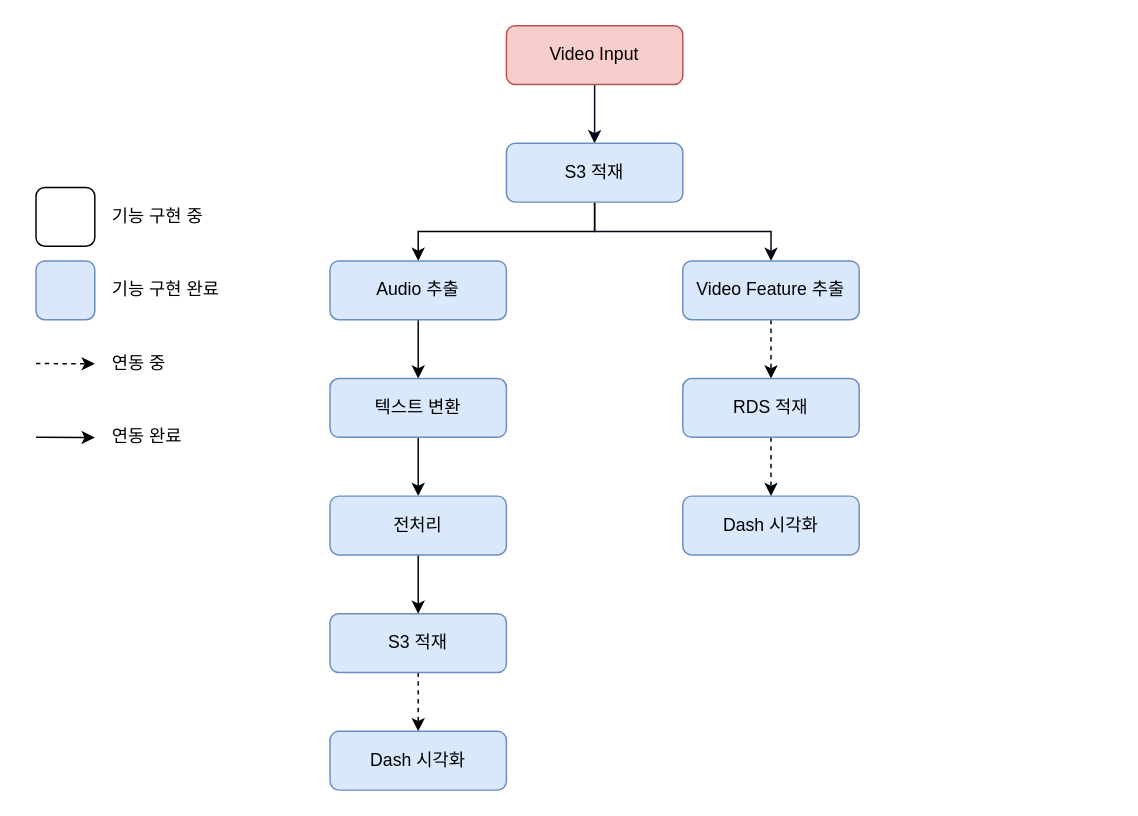
lhshs/Genia keeps this draw.io diagram as Final_pjt2/Process_Pipeline.drawio. Above is the earlier version. Source tidied: cells renumbered, new cells numbered last; positions are measured from the earlier drawing's top-left corner, leaving out a move shared by most shapes. Both pictures are drawn from the tidied source at 147%, with x=0, y=0 at pixel (35, 25).
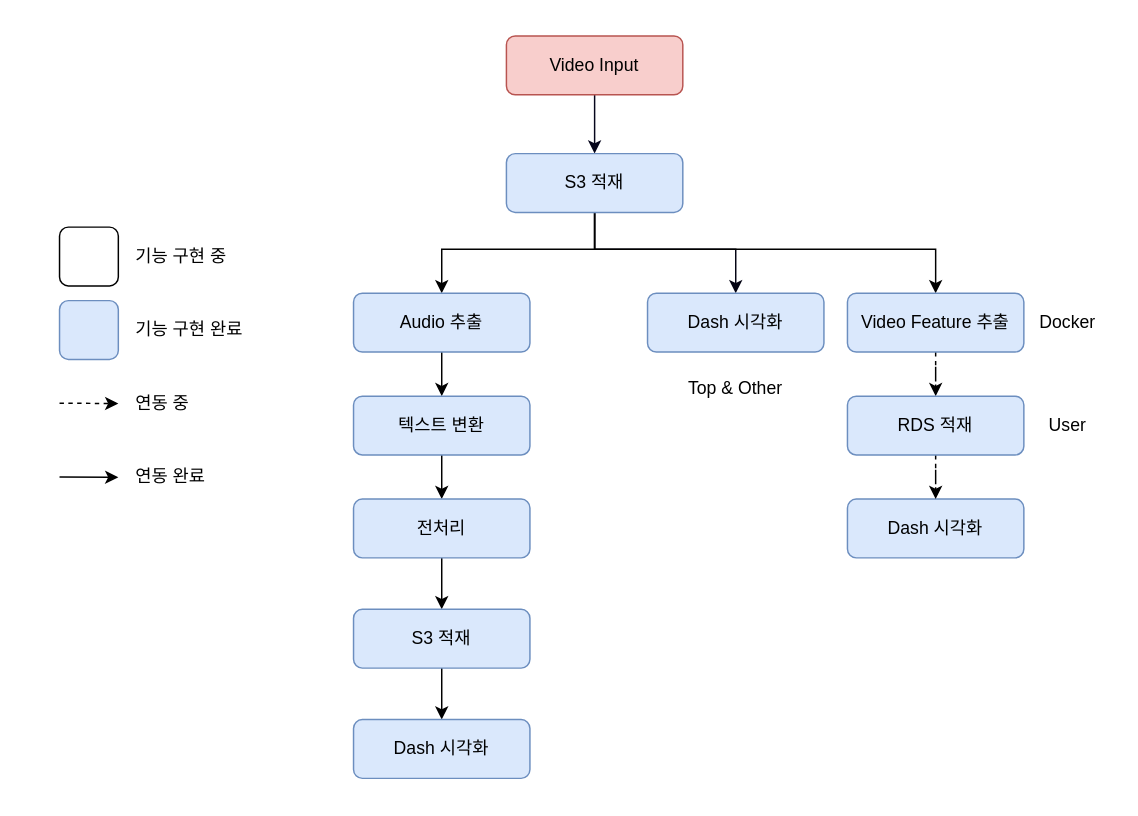
Above is the later version.

What changed in the source:
```diff
@@
     <mxCell id="3" value="Video Input" style="rounded=1;whiteSpace=wrap;html=1;fillColor=#f8cecc;strokeColor=#b85450;" parent="1" vertex="1">
-      <mxGeometry x="320" width="120" height="40" as="geometry" />
+      <mxGeometry x="320" y="7" width="120" height="40" as="geometry" />
     </mxCell>
     <mxCell id="4" style="edgeStyle=orthogonalEdgeStyle;rounded=0;jettySize=auto;html=1;exitX=0.5;exitY=1;exitDx=0;exitDy=0;" parent="1" edge="1" source="6" target="8">
-      <mxGeometry relative="1" as="geometry" />
+      <mxGeometry relative="1" as="geometry">
+        <Array as="points">
+          <mxPoint x="380" y="152" />
+          <mxPoint x="276" y="152" />
+        </Array>
+      </mxGeometry>
     </mxCell>
-    <mxCell id="5" style="edgeStyle=orthogonalEdgeStyle;rounded=0;jettySize=auto;html=1;exitX=0.5;exitY=1;exitDx=0;exitDy=0;strokeColor=#040414;" parent="1" edge="1" source="6" target="10">
-      <mxGeometry relative="1" as="geometry" />
+    <mxCell id="5" style="edgeStyle=orthogonalEdgeStyle;rounded=0;jettySize=auto;html=1;exitX=0.5;exitY=1;exitDx=0;exitDy=0;strokeColor=#040414;" parent="1" edge="1" source="6">
+      <mxGeometry relative="1" as="geometry">
+        <mxPoint x="476" y="182" as="targetPoint" />
+        <Array as="points">
+          <mxPoint x="380" y="152" />
+          <mxPoint x="476" y="152" />
+        </Array>
+      </mxGeometry>
     </mxCell>
+    <mxCell id="31" style="edgeStyle=orthogonalEdgeStyle;rounded=0;jettySize=auto;html=1;entryX=0.5;entryY=0;entryDx=0;entryDy=0;" parent="1" edge="1" source="6" target="10">
+      <mxGeometry relative="1" as="geometry">
+        <Array as="points">
+          <mxPoint x="380" y="152" />
+          <mxPoint x="612" y="152" />
+        </Array>
+      </mxGeometry>
+    </mxCell>
     <mxCell id="6" value="S3 적재" style="rounded=1;whiteSpace=wrap;html=1;fillColor=#dae8fc;strokeColor=#6c8ebf;" parent="1" vertex="1">
-      <mxGeometry x="320" y="80" width="120" height="40" as="geometry" />
+      <mxGeometry x="320" y="87" width="120" height="40" as="geometry" />
     </mxCell>
@@
     <mxCell id="8" value="Audio 추출" style="rounded=1;whiteSpace=wrap;html=1;fillColor=#dae8fc;strokeColor=#6c8ebf;" parent="1" vertex="1">
-      <mxGeometry x="200" y="160" width="120" height="40" as="geometry" />
+      <mxGeometry x="216" y="182" width="120" height="40" as="geometry" />
     </mxCell>
-    <mxCell id="9" style="edgeStyle=orthogonalEdgeStyle;rounded=0;jettySize=auto;html=1;entryX=0.5;entryY=0;entryDx=0;entryDy=0;dashed=1;" parent="1" edge="1" source="10" target="17">
-      <mxGeometry relative="1" as="geometry" />
-    </mxCell>
-    <mxCell id="10" value="Video Feature 추출" style="rounded=1;whiteSpace=wrap;html=1;fillColor=#dae8fc;strokeColor=#6c8ebf;" parent="1" vertex="1">
-      <mxGeometry x="440" y="160" width="120" height="40" as="geometry" />
-    </mxCell>
@@
     <mxCell id="12" value="텍스트 변환" style="rounded=1;whiteSpace=wrap;html=1;strokeColor=#6c8ebf;fillColor=#dae8fc;" parent="1" vertex="1">
-      <mxGeometry x="200" y="240" width="120" height="40" as="geometry" />
+      <mxGeometry x="216" y="252" width="120" height="40" as="geometry" />
     </mxCell>
@@
     <mxCell id="14" value="전처리" style="rounded=1;whiteSpace=wrap;html=1;fillColor=#dae8fc;strokeColor=#6c8ebf;" parent="1" vertex="1">
-      <mxGeometry x="200" y="320" width="120" height="40" as="geometry" />
+      <mxGeometry x="216" y="322" width="120" height="40" as="geometry" />
     </mxCell>
     <mxCell id="15" value="Dash 시각화" style="rounded=1;whiteSpace=wrap;html=1;fillColor=#dae8fc;strokeColor=#6c8ebf;" parent="1" vertex="1">
-      <mxGeometry x="440" y="320" width="120" height="40" as="geometry" />
+      <mxGeometry x="416" y="182" width="120" height="40" as="geometry" />
     </mxCell>
-    <mxCell id="16" style="edgeStyle=orthogonalEdgeStyle;rounded=0;jettySize=auto;html=1;entryX=0.5;entryY=0;entryDx=0;entryDy=0;dashed=1;" parent="1" edge="1" source="17" target="15">
-      <mxGeometry relative="1" as="geometry" />
-    </mxCell>
-    <mxCell id="17" value="RDS 적재" style="rounded=1;whiteSpace=wrap;html=1;fillColor=#dae8fc;strokeColor=#6c8ebf;" parent="1" vertex="1">
-      <mxGeometry x="440" y="240" width="120" height="40" as="geometry" />
-    </mxCell>
@@
-    <mxCell id="20" style="edgeStyle=orthogonalEdgeStyle;rounded=0;jettySize=auto;html=1;exitX=0.5;exitY=1;exitDx=0;exitDy=0;entryX=0.5;entryY=0;entryDx=0;entryDy=0;dashed=1;" parent="1" edge="1" source="21" target="22">
+    <mxCell id="20" style="edgeStyle=orthogonalEdgeStyle;rounded=0;jettySize=auto;html=1;exitX=0.5;exitY=1;exitDx=0;exitDy=0;entryX=0.5;entryY=0;entryDx=0;entryDy=0;" parent="1" edge="1" source="21" target="22">
       <mxGeometry relative="1" as="geometry" />
     </mxCell>
     <mxCell id="21" value="S3 적재" style="rounded=1;whiteSpace=wrap;html=1;fillColor=#dae8fc;strokeColor=#6c8ebf;" parent="1" vertex="1">
-      <mxGeometry x="200" y="400" width="120" height="40" as="geometry" />
+      <mxGeometry x="216" y="397" width="120" height="40" as="geometry" />
     </mxCell>
     <mxCell id="22" value="Dash 시각화" style="rounded=1;whiteSpace=wrap;html=1;fillColor=#dae8fc;strokeColor=#6c8ebf;" parent="1" vertex="1">
-      <mxGeometry x="200" y="480" width="120" height="40" as="geometry" />
+      <mxGeometry x="216" y="472" width="120" height="40" as="geometry" />
     </mxCell>
     <mxCell id="23" style="rounded=1;whiteSpace=wrap;html=1;fillColor=#dae8fc;strokeColor=#6c8ebf;" parent="1" vertex="1">
-      <mxGeometry y="160" width="40" height="40" as="geometry" />
+      <mxGeometry x="16" y="187" width="40" height="40" as="geometry" />
     </mxCell>
     <mxCell id="24" style="rounded=1;whiteSpace=wrap;html=1;" parent="1" vertex="1">
-      <mxGeometry y="110" width="40" height="40" as="geometry" />
+      <mxGeometry x="16" y="137" width="40" height="40" as="geometry" />
     </mxCell>
     <mxCell id="25" value="기능 구현 중" style="text;html=1;strokeColor=none;fillColor=none;align=left;verticalAlign=middle;whiteSpace=wrap;rounded=0;" parent="1" vertex="1">
-      <mxGeometry x="50" y="115" width="80" height="30" as="geometry" />
+      <mxGeometry x="66" y="142" width="80" height="30" as="geometry" />
     </mxCell>
     <mxCell id="26" value="기능 구현 완료" style="text;html=1;strokeColor=none;fillColor=none;align=left;verticalAlign=middle;whiteSpace=wrap;rounded=0;" parent="1" vertex="1">
-      <mxGeometry x="50" y="165" width="90" height="30" as="geometry" />
+      <mxGeometry x="66" y="192" width="90" height="30" as="geometry" />
     </mxCell>
     <mxCell id="27" value="연동 중" style="text;html=1;strokeColor=none;fillColor=none;align=left;verticalAlign=middle;whiteSpace=wrap;rounded=0;" parent="1" vertex="1">
-      <mxGeometry x="50" y="215" width="60" height="30" as="geometry" />
+      <mxGeometry x="66" y="242" width="60" height="30" as="geometry" />
     </mxCell>
     <mxCell id="28" value="연동 완료" style="text;html=1;strokeColor=none;fillColor=none;align=left;verticalAlign=middle;whiteSpace=wrap;rounded=0;" parent="1" vertex="1">
-      <mxGeometry x="50" y="265" width="75" height="30" as="geometry" />
+      <mxGeometry x="66" y="292" width="75" height="30" as="geometry" />
     </mxCell>
     <mxCell id="29" style="endArrow=classic;html=1;rounded=0;" parent="1" edge="1">
       <mxGeometry relative="1" as="geometry">
-        <mxPoint y="280" as="sourcePoint" />
-        <mxPoint x="40" y="280.2" as="targetPoint" />
+        <mxPoint x="16" y="307" as="sourcePoint" />
+        <mxPoint x="56" y="307.2" as="targetPoint" />
       </mxGeometry>
     </mxCell>
     <mxCell id="30" style="endArrow=classic;html=1;rounded=0;dashed=1;" parent="1" edge="1">
       <mxGeometry relative="1" as="geometry">
-        <mxPoint y="229.8" as="sourcePoint" />
-        <mxPoint x="40" y="230" as="targetPoint" />
+        <mxPoint x="16" y="256.8" as="sourcePoint" />
+        <mxPoint x="56" y="257" as="targetPoint" />
       </mxGeometry>
     </mxCell>
+    <mxCell id="9" style="edgeStyle=orthogonalEdgeStyle;rounded=0;jettySize=auto;html=1;entryX=0.5;entryY=0;entryDx=0;entryDy=0;dashed=1;" parent="1" edge="1" source="10" target="17">
+      <mxGeometry relative="1" as="geometry" />
+    </mxCell>
+    <mxCell id="10" value="Video Feature 추출" style="rounded=1;whiteSpace=wrap;html=1;fillColor=#dae8fc;strokeColor=#6c8ebf;" parent="1" vertex="1">
+      <mxGeometry x="552" y="182" width="120" height="40" as="geometry" />
+    </mxCell>
+    <mxCell id="32" value="Dash 시각화" style="rounded=1;whiteSpace=wrap;html=1;fillColor=#dae8fc;strokeColor=#6c8ebf;" parent="1" vertex="1">
+      <mxGeometry x="552" y="322" width="120" height="40" as="geometry" />
+    </mxCell>
+    <mxCell id="33" style="edgeStyle=orthogonalEdgeStyle;rounded=0;jettySize=auto;html=1;entryX=0.5;entryY=0;entryDx=0;entryDy=0;dashed=1;" parent="1" edge="1" source="17" target="32">
+      <mxGeometry relative="1" as="geometry" />
+    </mxCell>
+    <mxCell id="17" value="RDS 적재" style="rounded=1;whiteSpace=wrap;html=1;fillColor=#dae8fc;strokeColor=#6c8ebf;" parent="1" vertex="1">
+      <mxGeometry x="552" y="252" width="120" height="40" as="geometry" />
+    </mxCell>
+    <mxCell id="34" value="Top &amp;amp; Other" style="text;html=1;strokeColor=none;fillColor=none;align=center;verticalAlign=middle;whiteSpace=wrap;rounded=0;" parent="1" vertex="1">
+      <mxGeometry x="436" y="232" width="80" height="30" as="geometry" />
+    </mxCell>
+    <mxCell id="35" value="User" style="text;html=1;strokeColor=none;fillColor=none;align=center;verticalAlign=middle;whiteSpace=wrap;rounded=0;" parent="1" vertex="1">
+      <mxGeometry x="672" y="257" width="60" height="30" as="geometry" />
+    </mxCell>
+    <mxCell id="36" value="Docker" style="text;html=1;strokeColor=none;fillColor=none;align=center;verticalAlign=middle;whiteSpace=wrap;rounded=0;" parent="1" vertex="1">
+      <mxGeometry x="672" y="187" width="60" height="30" as="geometry" />
+    </mxCell>
```
